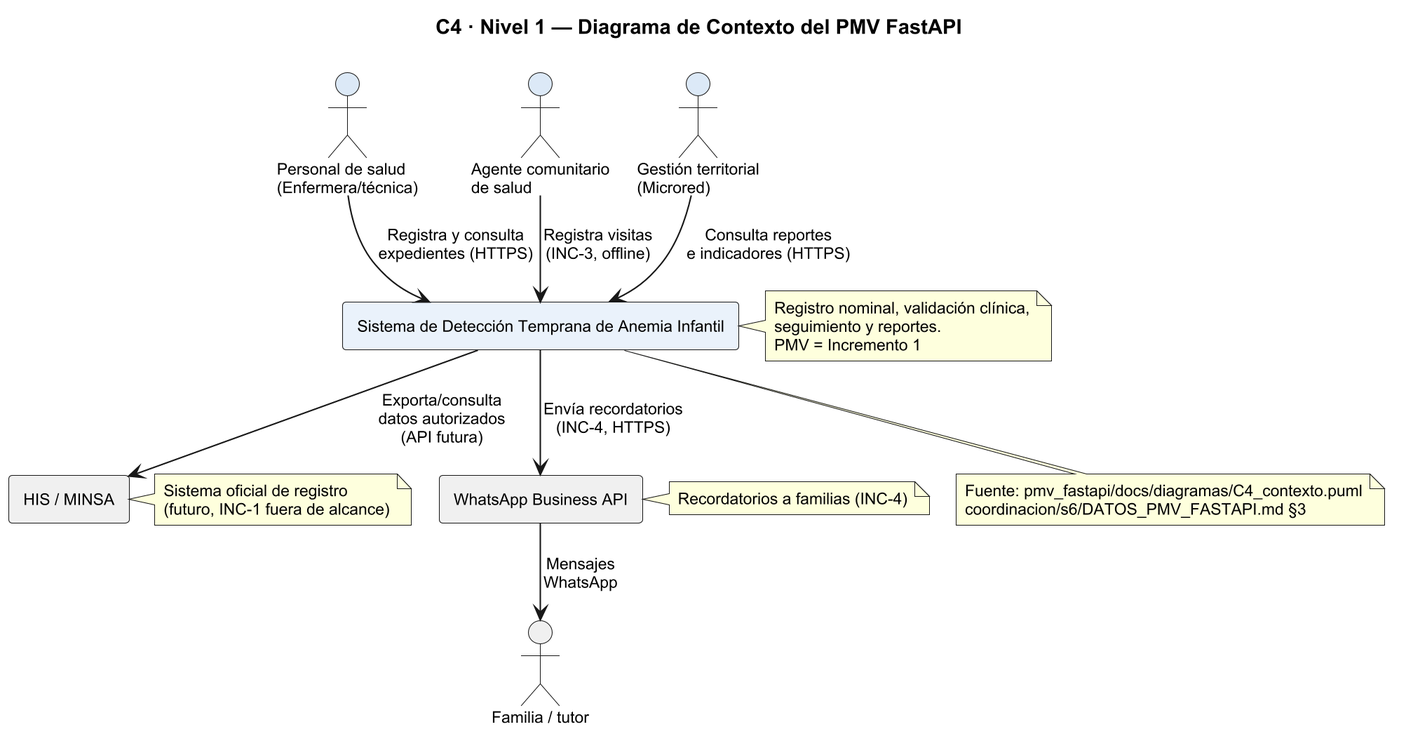
The PlantUML diagram diagramas/png/52_s6_c4_contexto_fastapi.png in woshtsu/ProcesosSoftwareAnemia, before a commit. Source of this version:
```plantuml
@startuml 52_s6_c4_contexto_fastapi
skinparamlocked dpi 200
!pragma layout smetana
skinparam backgroundColor #FFFFFF
skinparam defaultFontName "Arial"
skinparam defaultFontSize 11

title C4 · Nivel 1 — Diagrama de Contexto del PMV FastAPI

actor "Personal de salud\n(Enfermera/técnica)" as enf #DCE9F7
actor "Agente comunitario\nde salud" as acs #DCE9F7
actor "Gestión territorial\n(Microred)" as mic #DCE9F7

rectangle "Sistema de Detección Temprana de Anemia Infantil" as sis #EAF2FB
note right of sis
  Registro nominal, validación clínica,
  seguimiento y reportes.
  PMV = Incremento 1
end note

rectangle "HIS / MINSA" as his #F0F0F0
note right of his
  Sistema oficial de registro
  (futuro, INC-1 fuera de alcance)
end note

rectangle "WhatsApp Business API" as wa #F0F0F0
note right of wa
  Recordatorios a familias (INC-4)
end note

actor "Familia / tutor" as fam #F0F0F0

enf --> sis : "Registra y consulta\nexpedientes (HTTPS)"
acs --> sis : "Registra visitas\n(INC-3, offline)"
mic --> sis : "Consulta reportes\ne indicadores (HTTPS)"

sis --> his : "Exporta/consulta\ndatos autorizados\n(API futura)"
sis --> wa : "Envía recordatorios\n(INC-4, HTTPS)"
wa --> fam : "Mensajes\nWhatsApp"

note bottom of sis
  Fuente: pmv_fastapi/docs/diagramas/C4_contexto.puml
  coordinacion/s6/DATOS_PMV_FASTAPI.md §3
end note

@enduml
```
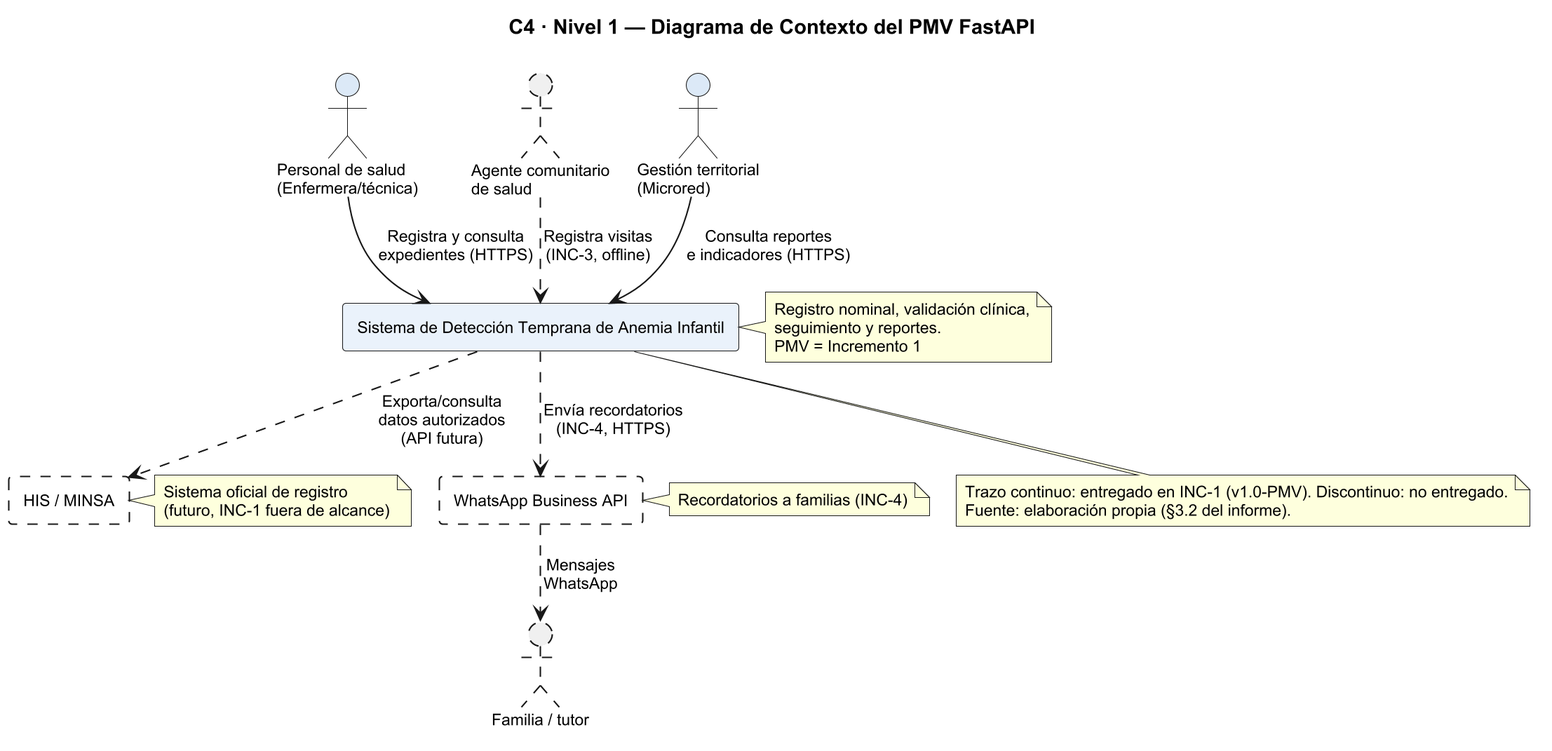
The same file after the commit.

Diff of the diagram source:
```diff
@@ -8,7 +8,7 @@
 title C4 · Nivel 1 — Diagrama de Contexto del PMV FastAPI
 
 actor "Personal de salud\n(Enfermera/técnica)" as enf #DCE9F7
-actor "Agente comunitario\nde salud" as acs #DCE9F7
+actor "Agente comunitario\nde salud" as acs #F0F0F0;line.dashed
 actor "Gestión territorial\n(Microred)" as mic #DCE9F7
 
 rectangle "Sistema de Detección Temprana de Anemia Infantil" as sis #EAF2FB
@@ -18,30 +18,30 @@
   PMV = Incremento 1
 end note
 
-rectangle "HIS / MINSA" as his #F0F0F0
+rectangle "HIS / MINSA" as his #FFFFFF;line.dashed
 note right of his
   Sistema oficial de registro
   (futuro, INC-1 fuera de alcance)
 end note
 
-rectangle "WhatsApp Business API" as wa #F0F0F0
+rectangle "WhatsApp Business API" as wa #FFFFFF;line.dashed
 note right of wa
   Recordatorios a familias (INC-4)
 end note
 
-actor "Familia / tutor" as fam #F0F0F0
+actor "Familia / tutor" as fam #F0F0F0;line.dashed
 
 enf --> sis : "Registra y consulta\nexpedientes (HTTPS)"
-acs --> sis : "Registra visitas\n(INC-3, offline)"
+acs -[dashed]-> sis : "Registra visitas\n(INC-3, offline)"
 mic --> sis : "Consulta reportes\ne indicadores (HTTPS)"
 
-sis --> his : "Exporta/consulta\ndatos autorizados\n(API futura)"
-sis --> wa : "Envía recordatorios\n(INC-4, HTTPS)"
-wa --> fam : "Mensajes\nWhatsApp"
+sis -[dashed]-> his : "Exporta/consulta\ndatos autorizados\n(API futura)"
+sis -[dashed]-> wa : "Envía recordatorios\n(INC-4, HTTPS)"
+wa -[dashed]-> fam : "Mensajes\nWhatsApp"
 
 note bottom of sis
-  Fuente: pmv_fastapi/docs/diagramas/C4_contexto.puml
-  coordinacion/s6/DATOS_PMV_FASTAPI.md §3
+  Trazo continuo: entregado en INC-1 (v1.0-PMV). Discontinuo: no entregado.
+  Fuente: elaboración propia (§3.2 del informe).
 end note
 
 @enduml
```
